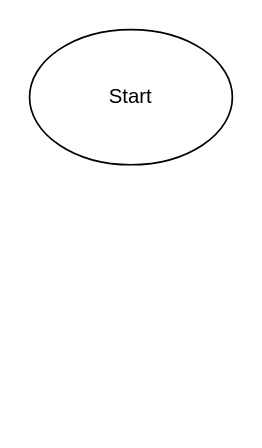
Above: Sample.drawio in WilsonTalentCenter/advpseudoflow-coolmanforever (draw.io), before the change. Source tidied: cells renumbered, new cells numbered last; positions are measured from the earlier drawing's top-left corner, leaving out a move shared by most shapes. Both pictures are drawn from the tidied source at 169%, with x=0, y=0 at pixel (29, 29).
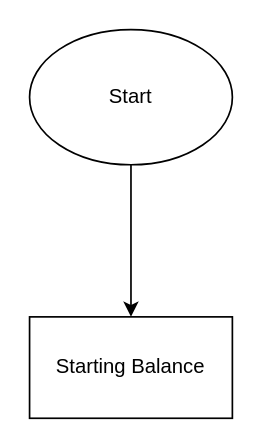
Above is the later version.

Diff of the diagram source:
```diff
@@
 <mxGraphModel>
   <root>
     <mxCell id="0" />
     <mxCell id="1" parent="0" />
+    <mxCell id="3" style="edgeStyle=orthogonalEdgeStyle;rounded=0;jettySize=auto;html=1;" parent="1" edge="1" source="2" target="4">
+      <mxGeometry relative="1" as="geometry" />
+    </mxCell>
     <mxCell id="2" value="Start" style="ellipse;whiteSpace=wrap;html=1;" parent="1" vertex="1">
       <mxGeometry width="120" height="80" as="geometry" />
     </mxCell>
+    <mxCell id="4" value="Starting Balance" style="whiteSpace=wrap;html=1;" parent="1" vertex="1">
+      <mxGeometry y="170" width="120" height="60" as="geometry" />
+    </mxCell>
   </root>
 </mxGraphModel>
```
